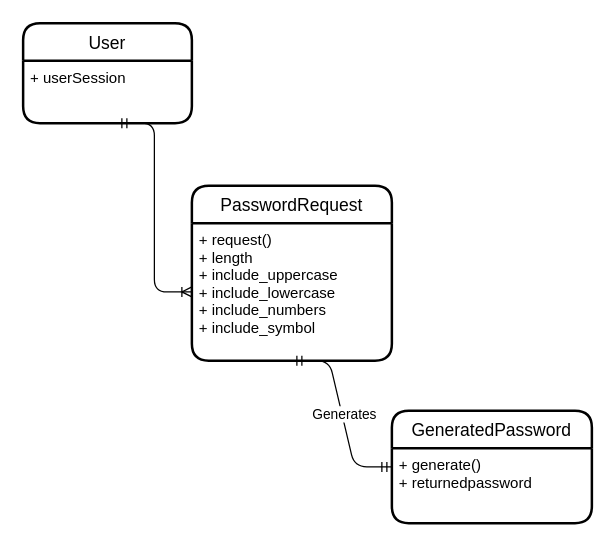
Earlier version of the draw.io diagram erd.drawio (tottinguyen1/team2_pass_generator). Source tidied: cells renumbered, new cells numbered last; positions are measured from the earlier drawing's top-left corner, leaving out a move shared by most shapes. Both pictures are drawn from the tidied source at 125%, with x=0, y=0 at pixel (22, 22).
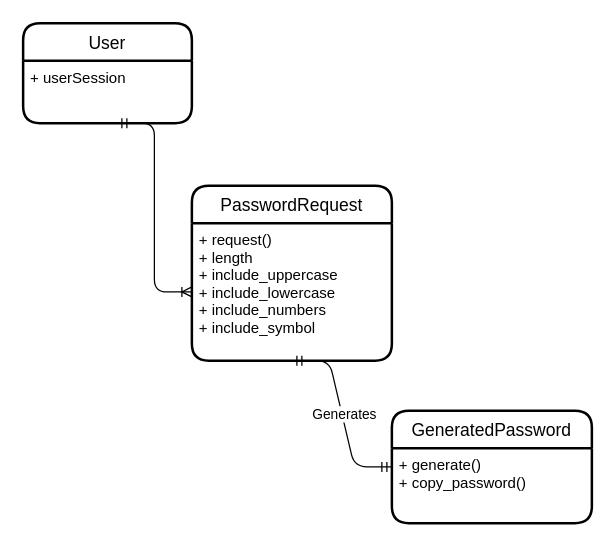
The same diagram, later.

Commit message:
added copy password

Change to the diagram source:
```diff
@@
 <mxGraphModel>
   <root>
     <mxCell id="0" />
     <mxCell id="1" parent="0" />
     <mxCell id="2" value="PasswordRequest" style="swimlane;horizontal=1;startSize=30;rounded=1;fontSize=14;fontStyle=0;strokeWidth=2;shadow=0;dashed=0;align=center;" parent="1" vertex="1">
       <mxGeometry x="135" y="130" width="160" height="140" as="geometry" />
     </mxCell>
     <mxCell id="3" value="+ request()&#10;+ length&#10;+ include_uppercase&#10;+ include_lowercase&#10;+ include_numbers&#10;+ include_symbol" style="align=left;strokeColor=none;fillColor=none;spacingLeft=4;fontSize=12;verticalAlign=top;fontStyle=0;" parent="2" vertex="1">
       <mxGeometry y="30" width="160" height="110" as="geometry" />
     </mxCell>
     <mxCell id="4" value="GeneratedPassword" style="swimlane;horizontal=1;startSize=30;rounded=1;fontSize=14;fontStyle=0;strokeWidth=2;shadow=0;dashed=0;align=center;" parent="1" vertex="1">
       <mxGeometry x="295" y="310" width="160" height="90" as="geometry" />
     </mxCell>
-    <mxCell id="5" value="+ generate()&#10;+ returnedpassword" style="align=left;strokeColor=none;fillColor=none;spacingLeft=4;fontSize=12;verticalAlign=top;" parent="4" vertex="1">
+    <mxCell id="5" value="+ generate()&#10;+ copy_password()" style="align=left;strokeColor=none;fillColor=none;spacingLeft=4;fontSize=12;verticalAlign=top;" parent="4" vertex="1">
       <mxGeometry y="30" width="160" height="60" as="geometry" />
     </mxCell>
     <mxCell id="6" style="edgeStyle=entityRelationEdgeStyle;fontSize=12;html=1;endArrow=ERmandOne;startArrow=ERmandOne;entryX=0;entryY=0.25;entryDx=0;entryDy=0;exitX=0.5;exitY=1;exitDx=0;exitDy=0;" parent="1" edge="1" source="3" target="5">
       <mxGeometry relative="1" as="geometry" />
     </mxCell>
     <mxCell id="7" value="Generates" style="edgeLabel;html=1;align=center;verticalAlign=middle;" parent="6" vertex="1">
       <mxGeometry y="1" relative="1" as="geometry" />
     </mxCell>
     <mxCell id="8" style="edgeStyle=entityRelationEdgeStyle;fontSize=12;html=1;endArrow=ERoneToMany;startArrow=ERmandOne;" parent="1" edge="1" target="3">
       <mxGeometry relative="1" as="geometry">
         <mxPoint x="75" y="80" as="sourcePoint" />
       </mxGeometry>
     </mxCell>
     <mxCell id="9" value="User" style="swimlane;horizontal=1;startSize=30;rounded=1;fontSize=14;fontStyle=0;strokeWidth=2;shadow=0;dashed=0;align=center;" parent="1" vertex="1">
       <mxGeometry width="135" height="80" as="geometry" />
     </mxCell>
     <mxCell id="10" value="+ userSession&#10;" style="align=left;strokeColor=none;fillColor=none;spacingLeft=4;fontSize=12;verticalAlign=top;fontStyle=0;" parent="9" vertex="1">
       <mxGeometry y="30" width="135" height="50" as="geometry" />
     </mxCell>
   </root>
 </mxGraphModel>
```
